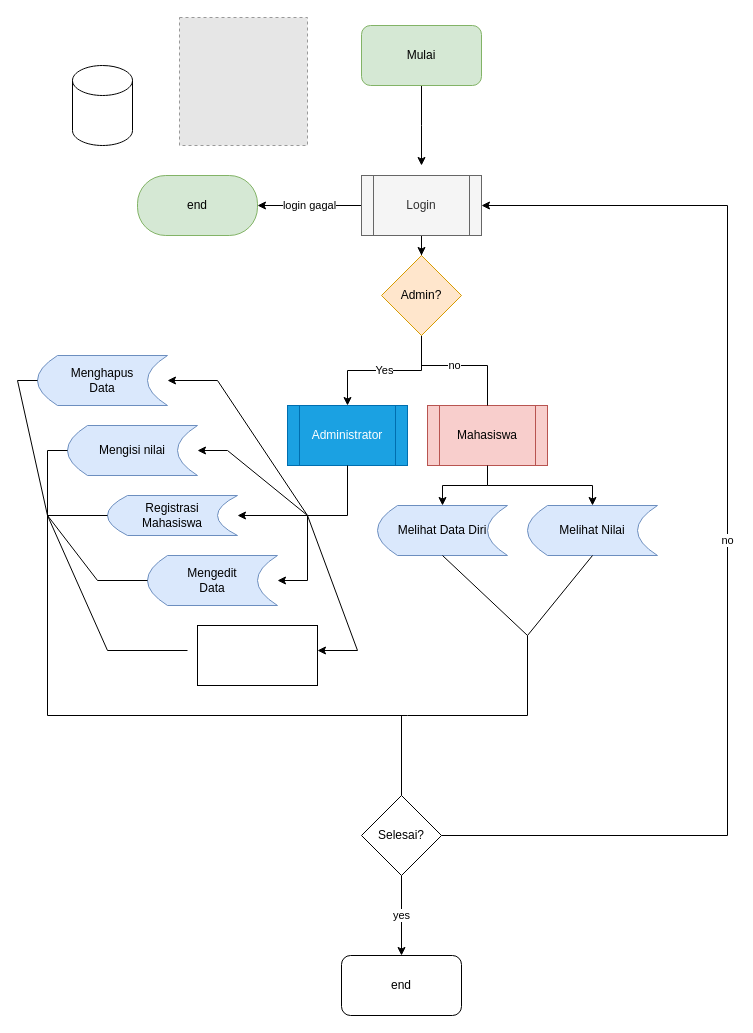
The draw.io diagram Aplikasi/Litman.drawio in CettaMa/Kel_50, before the edit. Source tidied: cells renumbered, new cells numbered last; positions are measured from the earlier drawing's top-left corner, leaving out a move shared by most shapes. Both pictures are drawn from the tidied source at 100%, with x=0, y=0 at pixel (17, 17). Pictures stored in the file or linked from it are replaced by grey dashed boxes.
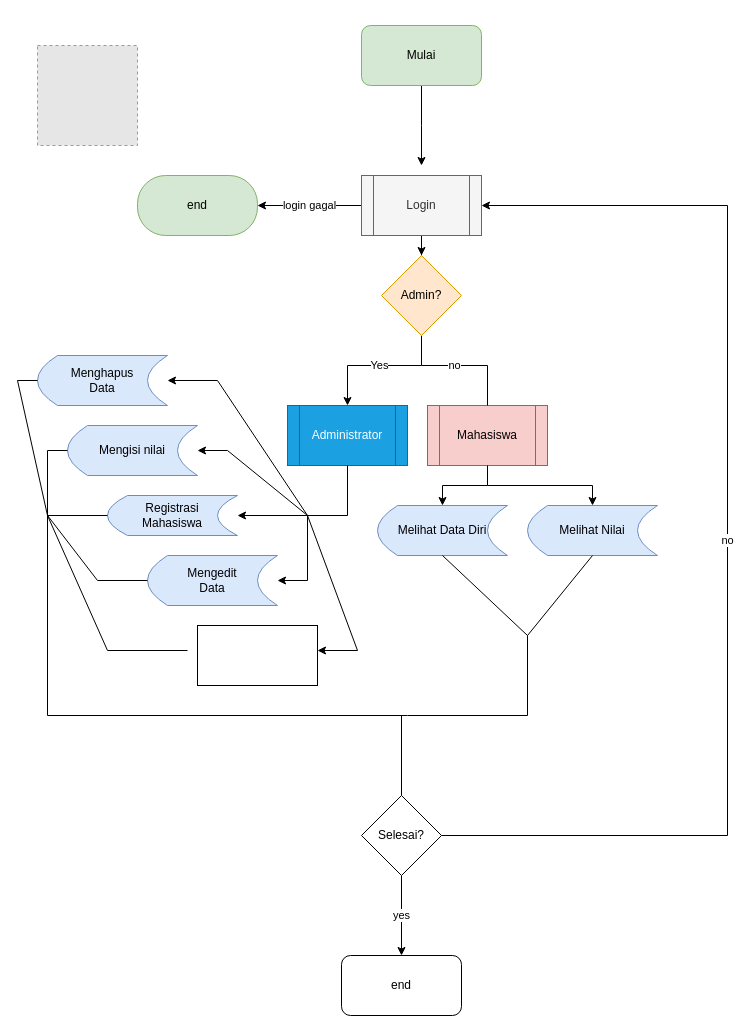
Above is the later version.

The change refers to these unchanged cells:
```xml
<mxCell id="8" value="Admin?" style="rhombus;whiteSpace=wrap;html=1;fillColor=#ffe6cc;strokeColor=#d79b00;" parent="1" vertex="1">
  <mxGeometry x="364" y="238" width="80" height="80" as="geometry" />
</mxCell>
<mxCell id="9" value="Administrator" style="shape=process;whiteSpace=wrap;html=1;backgroundOutline=1;fillColor=#1ba1e2;fontColor=#ffffff;strokeColor=#006EAF;" parent="1" vertex="1">
  <mxGeometry x="270" y="388" width="120" height="60" as="geometry" />
</mxCell>
```

Diff of the diagram source:
```diff
@@
     <mxCell id="7" value="Yes" style="edgeStyle=orthogonalEdgeStyle;rounded=0;jettySize=auto;html=1;" parent="1" edge="1" source="8" target="9">
-      <mxGeometry relative="1" as="geometry" />
+      <mxGeometry relative="1" as="geometry">
+        <Array as="points">
+          <mxPoint x="404" y="348" />
+          <mxPoint x="330" y="348" />
+        </Array>
+      </mxGeometry>
     </mxCell>
@@
-    <mxCell id="36" style="shape=cylinder3;whiteSpace=wrap;html=1;boundedLbl=1;backgroundOutline=1;size=15;" parent="1" vertex="1">
-      <mxGeometry x="55" y="48" width="60" height="80" as="geometry" />
-    </mxCell>
     <mxCell id="37" style="fillColor=#E6E6E6;strokeColor=#999999;dashed=1;html=1;verticalAlign=top;verticalLabelPosition=bottom;labelBackgroundColor=#ffffff;" parent="1" vertex="1">
-      <mxGeometry x="162" width="128" height="128" as="geometry" />
+      <mxGeometry x="20" y="28" width="100" height="100" as="geometry" />
     </mxCell>
```
